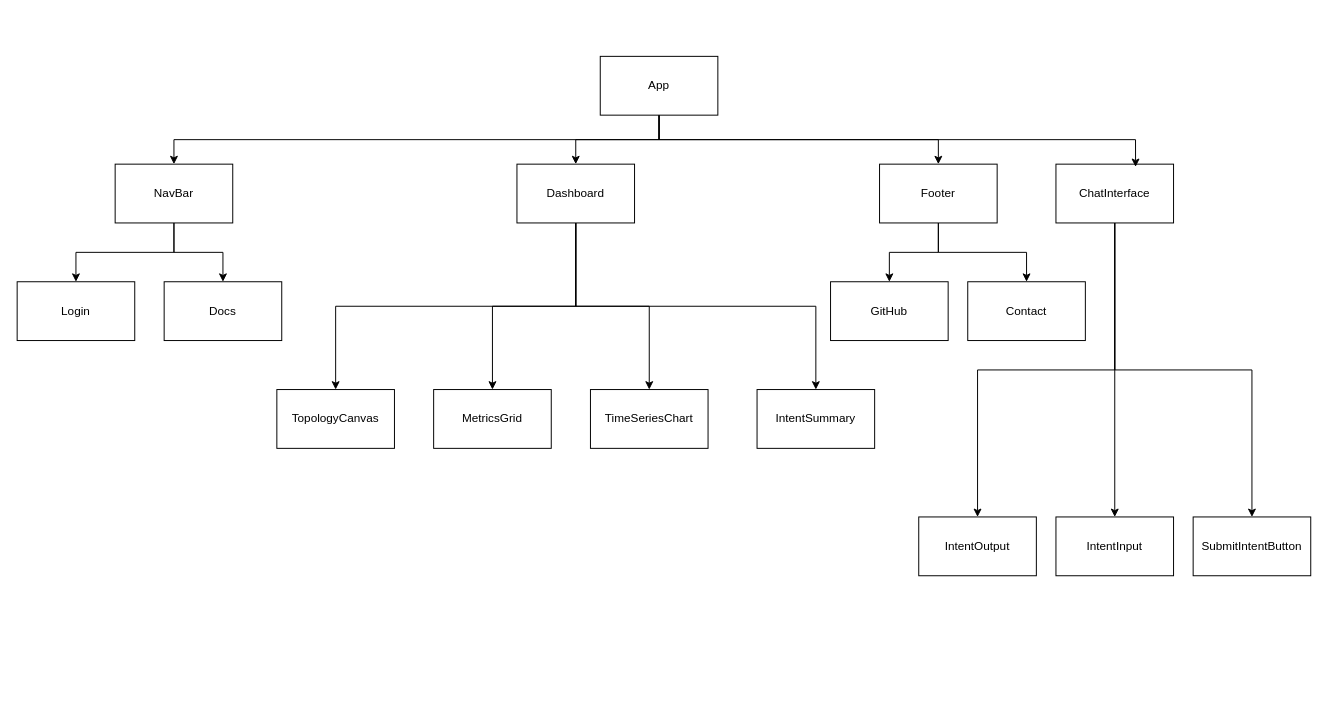
Above: page "components-relationship" (1 of 2) of diagram/fyp-frontend-design.drawio in THenryInGH/FYP (draw.io), before the change. Source tidied: cells renumbered, new cells numbered last; positions are measured from the earlier drawing's top-left corner, leaving out a move shared by most shapes. Both pictures are drawn from the tidied source at 98%, with x=0, y=0 at pixel (17, 56).
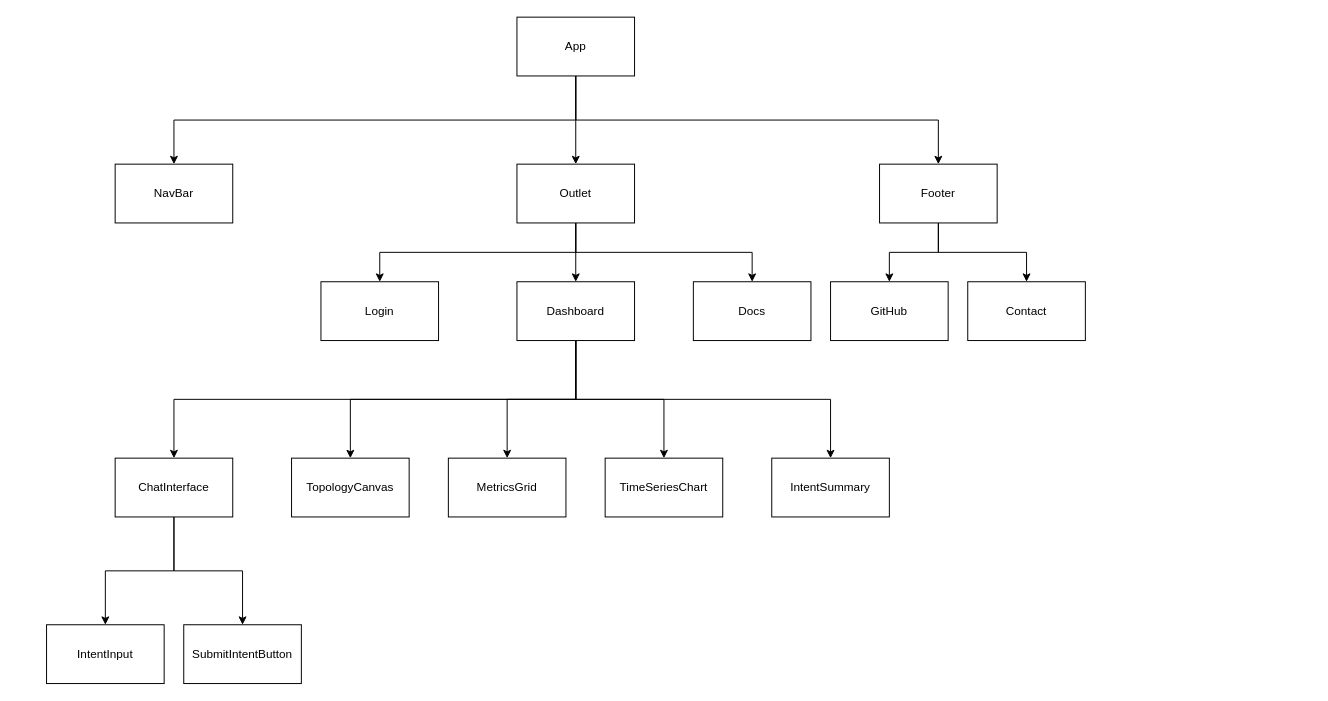
The same diagram, later.

Unchanged cells that the change refers to:
```xml
<mxCell id="7" value="NavBar" style="whiteSpace=wrap;html=1;" parent="1" vertex="1">
  <mxGeometry x="100" y="110" width="120" height="60" as="geometry" />
</mxCell>
```

The edit, as a diff of the source:
```diff
@@
-    <mxCell id="4" style="edgeStyle=orthogonalEdgeStyle;rounded=0;jettySize=auto;html=1;exitX=0.5;exitY=1;exitDx=0;exitDy=0;" parent="1" edge="1" source="5" target="15">
-      <mxGeometry relative="1" as="geometry" />
-    </mxCell>
+    <mxCell id="33" style="edgeStyle=orthogonalEdgeStyle;rounded=0;jettySize=auto;html=1;" parent="1" edge="1" source="5" target="38">
+      <mxGeometry relative="1" as="geometry" />
+    </mxCell>
     <mxCell id="5" value="App" style="rounded=0;whiteSpace=wrap;html=1;" parent="1" vertex="1">
-      <mxGeometry x="595" width="120" height="60" as="geometry" />
+      <mxGeometry x="510" y="-40" width="120" height="60" as="geometry" />
     </mxCell>
-    <mxCell id="6" style="edgeStyle=orthogonalEdgeStyle;rounded=0;jettySize=auto;html=1;" parent="1" edge="1" source="7" target="31">
-      <mxGeometry relative="1" as="geometry" />
-    </mxCell>
@@
+    <mxCell id="34" style="edgeStyle=orthogonalEdgeStyle;rounded=0;jettySize=auto;html=1;" parent="1" edge="1" source="15" target="23">
+      <mxGeometry relative="1" as="geometry">
+        <Array as="points">
+          <mxPoint x="570" y="350" />
+          <mxPoint x="160" y="350" />
+        </Array>
+      </mxGeometry>
+    </mxCell>
     <mxCell id="15" value="Dashboard" style="rounded=0;whiteSpace=wrap;html=1;" parent="1" vertex="1">
-      <mxGeometry x="510" y="110" width="120" height="60" as="geometry" />
+      <mxGeometry x="510" y="230" width="120" height="60" as="geometry" />
     </mxCell>
     <mxCell id="16" value="TopologyCanvas" style="rounded=0;whiteSpace=wrap;html=1;" parent="1" vertex="1">
-      <mxGeometry x="265" y="340" width="120" height="60" as="geometry" />
+      <mxGeometry x="280" y="410" width="120" height="60" as="geometry" />
     </mxCell>
     <mxCell id="17" value="IntentSummary" style="whiteSpace=wrap;html=1;" parent="1" vertex="1">
-      <mxGeometry x="755" y="340" width="120" height="60" as="geometry" />
+      <mxGeometry x="770" y="410" width="120" height="60" as="geometry" />
     </mxCell>
     <mxCell id="18" value="TimeSeriesChart" style="whiteSpace=wrap;html=1;" parent="1" vertex="1">
-      <mxGeometry x="585" y="340" width="120" height="60" as="geometry" />
+      <mxGeometry x="600" y="410" width="120" height="60" as="geometry" />
     </mxCell>
     <mxCell id="19" value="MetricsGrid" style="whiteSpace=wrap;html=1;" parent="1" vertex="1">
-      <mxGeometry x="425" y="340" width="120" height="60" as="geometry" />
+      <mxGeometry x="440" y="410" width="120" height="60" as="geometry" />
     </mxCell>
@@
-    <mxCell id="22" style="edgeStyle=orthogonalEdgeStyle;rounded=0;jettySize=auto;html=1;exitX=0.5;exitY=1;exitDx=0;exitDy=0;" parent="1" edge="1" source="23" target="32">
-      <mxGeometry relative="1" as="geometry" />
-    </mxCell>
     <mxCell id="23" value="ChatInterface" style="whiteSpace=wrap;html=1;" parent="1" vertex="1">
-      <mxGeometry x="1060" y="110" width="120" height="60" as="geometry" />
+      <mxGeometry x="100" y="410" width="120" height="60" as="geometry" />
     </mxCell>
     <mxCell id="24" value="IntentInput" style="rounded=0;whiteSpace=wrap;html=1;" parent="1" vertex="1">
-      <mxGeometry x="1060" y="470" width="120" height="60" as="geometry" />
+      <mxGeometry x="30" y="580" width="120" height="60" as="geometry" />
     </mxCell>
     <mxCell id="25" value="SubmitIntentButton" style="whiteSpace=wrap;html=1;" parent="1" vertex="1">
-      <mxGeometry x="1200" y="470" width="120" height="60" as="geometry" />
+      <mxGeometry x="170" y="580" width="120" height="60" as="geometry" />
     </mxCell>
@@
-    <mxCell id="27" style="edgeStyle=orthogonalEdgeStyle;rounded=0;jettySize=auto;html=1;exitX=0.5;exitY=1;exitDx=0;exitDy=0;entryX=0.677;entryY=0.047;entryDx=0;entryDy=0;entryPerimeter=0;" parent="1" edge="1" source="5" target="23">
-      <mxGeometry relative="1" as="geometry" />
-    </mxCell>
     <mxCell id="28" value="Docs" style="rounded=0;whiteSpace=wrap;html=1;" parent="1" vertex="1">
-      <mxGeometry x="150" y="230" width="120" height="60" as="geometry" />
+      <mxGeometry x="690" y="230" width="120" height="60" as="geometry" />
     </mxCell>
@@
-    <mxCell id="30" style="edgeStyle=orthogonalEdgeStyle;rounded=0;jettySize=auto;html=1;entryX=0.5;entryY=0;entryDx=0;entryDy=0;" parent="1" edge="1" source="7" target="28">
-      <mxGeometry relative="1" as="geometry" />
-    </mxCell>
     <mxCell id="31" value="Login" style="rounded=0;whiteSpace=wrap;html=1;" parent="1" vertex="1">
-      <mxGeometry y="230" width="120" height="60" as="geometry" />
+      <mxGeometry x="310" y="230" width="120" height="60" as="geometry" />
     </mxCell>
-    <mxCell id="32" value="IntentOutput" style="rounded=0;whiteSpace=wrap;html=1;" parent="1" vertex="1">
-      <mxGeometry x="920" y="470" width="120" height="60" as="geometry" />
-    </mxCell>
+    <mxCell id="35" style="edgeStyle=orthogonalEdgeStyle;rounded=0;jettySize=auto;html=1;entryX=0.5;entryY=0;entryDx=0;entryDy=0;" parent="1" edge="1" source="38" target="15">
+      <mxGeometry relative="1" as="geometry" />
+    </mxCell>
+    <mxCell id="36" style="edgeStyle=orthogonalEdgeStyle;rounded=0;jettySize=auto;html=1;entryX=0.5;entryY=0;entryDx=0;entryDy=0;" parent="1" edge="1" source="38" target="31">
+      <mxGeometry relative="1" as="geometry">
+        <Array as="points">
+          <mxPoint x="570" y="200" />
+          <mxPoint x="370" y="200" />
+        </Array>
+      </mxGeometry>
+    </mxCell>
+    <mxCell id="37" style="edgeStyle=orthogonalEdgeStyle;rounded=0;jettySize=auto;html=1;" parent="1" edge="1" source="38" target="28">
+      <mxGeometry relative="1" as="geometry">
+        <Array as="points">
+          <mxPoint x="570" y="200" />
+          <mxPoint x="750" y="200" />
+        </Array>
+      </mxGeometry>
+    </mxCell>
+    <mxCell id="38" value="Outlet" style="rounded=0;whiteSpace=wrap;html=1;" parent="1" vertex="1">
+      <mxGeometry x="510" y="110" width="120" height="60" as="geometry" />
+    </mxCell>
```
